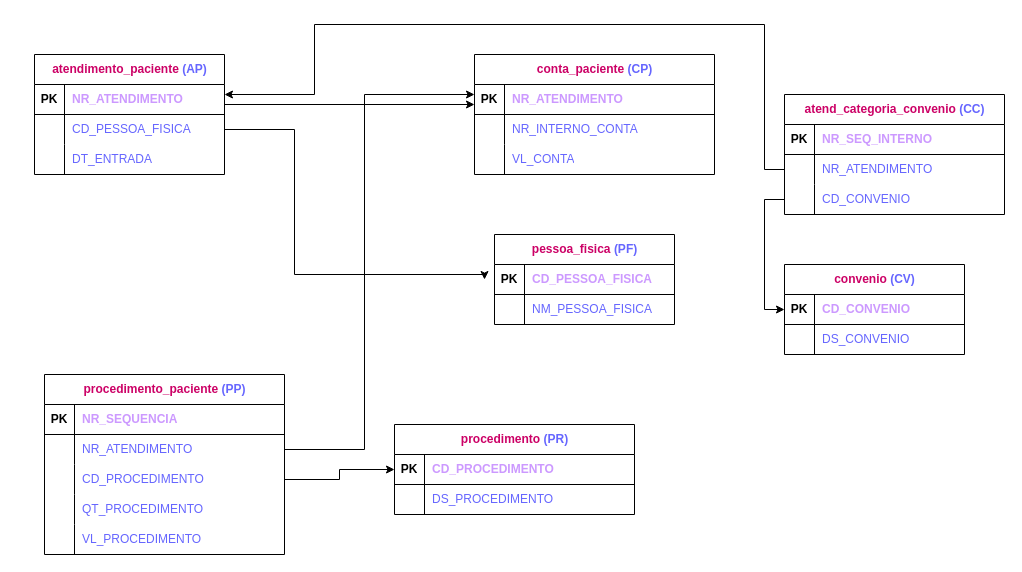
Above: Exercício13.drawio in PatriciaGavloski/diagramas.sql (draw.io), before the change. Source tidied: cells renumbered, new cells numbered last; positions are measured from the earlier drawing's top-left corner, leaving out a move shared by most shapes. Both pictures are drawn from the tidied source at 100%, with x=0, y=0 at pixel (34, 24).
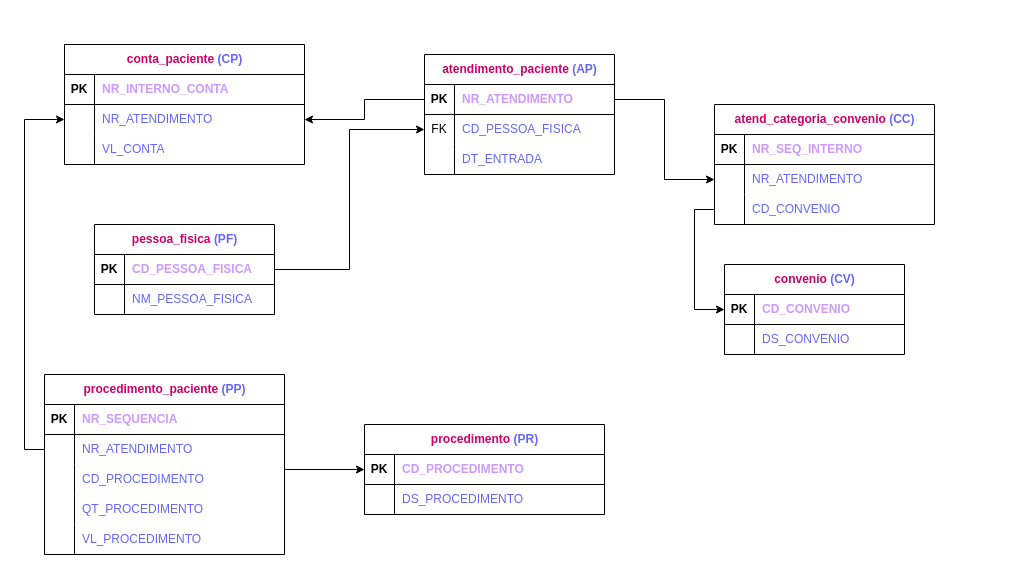
After the change.

Unchanged cells that the change refers to:
```xml
<mxCell id="3" style="shape=tableRow;horizontal=0;startSize=0;swimlaneHead=0;swimlaneBody=0;fillColor=none;points=[[0,0.5],[1,0.5]];portConstraint=eastwest;top=0;left=0;right=0;bottom=1;" parent="2" vertex="1">
  <mxGeometry y="30" width="240" height="30" as="geometry" />
</mxCell>
<mxCell id="6" style="shape=tableRow;horizontal=0;startSize=0;swimlaneHead=0;swimlaneBody=0;fillColor=none;points=[[0,0.5],[1,0.5]];portConstraint=eastwest;top=0;left=0;right=0;bottom=0;" parent="2" vertex="1">
  <mxGeometry y="60" width="240" height="30" as="geometry" />
</mxCell>
<mxCell id="13" style="shape=tableRow;horizontal=0;startSize=0;swimlaneHead=0;swimlaneBody=0;fillColor=none;points=[[0,0.5],[1,0.5]];portConstraint=eastwest;top=0;left=0;right=0;bottom=1;" parent="12" vertex="1">
  <mxGeometry y="30" width="190" height="30" as="geometry" />
</mxCell>
<mxCell id="16" style="shape=tableRow;horizontal=0;startSize=0;swimlaneHead=0;swimlaneBody=0;fillColor=none;points=[[0,0.5],[1,0.5]];portConstraint=eastwest;top=0;left=0;right=0;bottom=0;" parent="12" vertex="1">
  <mxGeometry y="60" width="190" height="30" as="geometry" />
</mxCell>
<mxCell id="23" style="shape=tableRow;horizontal=0;startSize=0;swimlaneHead=0;swimlaneBody=0;fillColor=none;points=[[0,0.5],[1,0.5]];portConstraint=eastwest;top=0;left=0;right=0;bottom=1;" parent="22" vertex="1">
  <mxGeometry y="30" width="180" height="30" as="geometry" />
</mxCell>
<mxCell id="33" style="shape=tableRow;horizontal=0;startSize=0;swimlaneHead=0;swimlaneBody=0;fillColor=none;points=[[0,0.5],[1,0.5]];portConstraint=eastwest;top=0;left=0;right=0;bottom=0;" parent="29" vertex="1">
  <mxGeometry y="60" width="220" height="30" as="geometry" />
</mxCell>
<mxCell id="51" style="shape=tableRow;horizontal=0;startSize=0;swimlaneHead=0;swimlaneBody=0;fillColor=none;points=[[0,0.5],[1,0.5]];portConstraint=eastwest;top=0;left=0;right=0;bottom=1;" parent="50" vertex="1">
  <mxGeometry y="30" width="240" height="30" as="geometry" />
</mxCell>
<mxCell id="61" style="shape=tableRow;horizontal=0;startSize=0;swimlaneHead=0;swimlaneBody=0;fillColor=none;points=[[0,0.5],[1,0.5]];portConstraint=eastwest;top=0;left=0;right=0;bottom=0;" parent="57" vertex="1">
  <mxGeometry y="60" width="240" height="30" as="geometry" />
</mxCell>
<mxCell id="64" style="shape=tableRow;horizontal=0;startSize=0;swimlaneHead=0;swimlaneBody=0;fillColor=none;points=[[0,0.5],[1,0.5]];portConstraint=eastwest;top=0;left=0;right=0;bottom=0;" parent="57" vertex="1">
  <mxGeometry y="90" width="240" height="30" as="geometry" />
</mxCell>
```

What changed in the source:
```diff
@@
     <mxCell id="2" value="&lt;font color=&quot;#cc0066&quot;&gt;conta_paciente&lt;/font&gt;&lt;font color=&quot;#000099&quot;&gt; &lt;/font&gt;&lt;font color=&quot;#6666ff&quot;&gt;(CP)&lt;/font&gt;" style="shape=table;startSize=30;childLayout=tableLayout;rowLines=0;fontStyle=1;align=center;html=1;" parent="1" vertex="1">
-      <mxGeometry x="440" y="30" width="240" height="120" as="geometry" />
+      <mxGeometry x="30" y="20" width="240" height="120" as="geometry" />
     </mxCell>
@@
-    <mxCell id="5" value="&lt;font color=&quot;#cc99ff&quot;&gt;NR_ATENDIMENTO&lt;/font&gt;" style="shape=partialRectangle;fillColor=none;top=0;left=0;bottom=0;right=0;align=left;spacingLeft=6;fontStyle=1;overflow=hidden;whiteSpace=wrap;html=1;" parent="3" vertex="1">
+    <mxCell id="5" value="&lt;font color=&quot;#cc99ff&quot;&gt;NR_INTERNO_CONTA&lt;/font&gt;" style="shape=partialRectangle;fillColor=none;top=0;left=0;bottom=0;right=0;align=left;spacingLeft=6;fontStyle=1;overflow=hidden;whiteSpace=wrap;html=1;" parent="3" vertex="1">
       <mxGeometry x="30" width="210" height="30" as="geometry" />
     </mxCell>
@@
-    <mxCell id="8" value="&lt;font color=&quot;#6666ff&quot;&gt;NR_INTERNO_CONTA&lt;/font&gt;" style="shape=partialRectangle;fillColor=none;top=0;left=0;bottom=0;right=0;align=left;spacingLeft=6;overflow=hidden;whiteSpace=wrap;html=1;" parent="6" vertex="1">
+    <mxCell id="8" value="&lt;font color=&quot;#6666ff&quot;&gt;NR_ATENDIMENTO&lt;/font&gt;" style="shape=partialRectangle;fillColor=none;top=0;left=0;bottom=0;right=0;align=left;spacingLeft=6;overflow=hidden;whiteSpace=wrap;html=1;" parent="6" vertex="1">
       <mxGeometry x="30" width="210" height="30" as="geometry" />
     </mxCell>
@@
     <mxCell id="12" value="&lt;font color=&quot;#cc0066&quot;&gt;atendimento_paciente &lt;/font&gt;&lt;font color=&quot;#6666ff&quot;&gt;(AP)&lt;/font&gt;" style="shape=table;startSize=30;childLayout=tableLayout;rowLines=0;fontStyle=1;align=center;html=1;" parent="1" vertex="1">
-      <mxGeometry y="30" width="190" height="120" as="geometry" />
+      <mxGeometry x="390" y="30" width="190" height="120" as="geometry" />
     </mxCell>
@@
-    <mxCell id="17" style="shape=partialRectangle;fillColor=none;top=0;left=0;bottom=0;right=0;overflow=hidden;whiteSpace=wrap;html=1;" parent="16" vertex="1">
+    <mxCell id="17" value="FK" style="shape=partialRectangle;fillColor=none;top=0;left=0;bottom=0;right=0;overflow=hidden;whiteSpace=wrap;html=1;" parent="16" vertex="1">
       <mxGeometry width="30" height="30" as="geometry" />
     </mxCell>
@@
     <mxCell id="22" value="&lt;font color=&quot;#cc0066&quot;&gt;pessoa_fisica &lt;/font&gt;&lt;font color=&quot;#6666ff&quot;&gt;(PF)&lt;/font&gt;" style="shape=table;startSize=30;childLayout=tableLayout;rowLines=0;fontStyle=1;align=center;html=1;" parent="1" vertex="1">
-      <mxGeometry x="460" y="210" width="180" height="90" as="geometry" />
+      <mxGeometry x="60" y="200" width="180" height="90" as="geometry" />
     </mxCell>
@@
     <mxCell id="29" value="&lt;font color=&quot;#cc0066&quot;&gt;atend_categoria_convenio &lt;/font&gt;&lt;font color=&quot;#6666ff&quot;&gt;(CC)&lt;/font&gt;" style="shape=table;startSize=30;childLayout=tableLayout;rowLines=0;fontStyle=1;align=center;html=1;" parent="1" vertex="1">
-      <mxGeometry x="750" y="70" width="220" height="120" as="geometry" />
+      <mxGeometry x="680" y="80" width="220" height="120" as="geometry" />
     </mxCell>
@@
-    <mxCell id="39" style="edgeStyle=orthogonalEdgeStyle;rounded=0;jettySize=auto;html=1;entryX=0;entryY=0.5;entryDx=0;entryDy=0;exitX=1;exitY=0.5;exitDx=0;exitDy=0;" parent="1" edge="1" source="16">
-      <mxGeometry relative="1" as="geometry">
-        <mxPoint x="450" y="255" as="targetPoint" />
-        <Array as="points">
-          <mxPoint x="260" y="105" />
-          <mxPoint x="260" y="250" />
-          <mxPoint x="450" y="250" />
-        </Array>
-      </mxGeometry>
-    </mxCell>
     <mxCell id="40" value="&lt;font color=&quot;#cc0066&quot;&gt;convenio &lt;/font&gt;&lt;font color=&quot;#6666ff&quot;&gt;(CV)&lt;/font&gt;" style="shape=table;startSize=30;childLayout=tableLayout;rowLines=0;fontStyle=1;align=center;html=1;" parent="1" vertex="1">
-      <mxGeometry x="750" y="240" width="180" height="90" as="geometry" />
+      <mxGeometry x="690" y="240" width="180" height="90" as="geometry" />
     </mxCell>
@@
-    <mxCell id="48" style="edgeStyle=orthogonalEdgeStyle;rounded=0;orthogonalLoop=1;jettySize=auto;html=1;exitX=1;exitY=0.5;exitDx=0;exitDy=0;entryX=0;entryY=0.5;entryDx=0;entryDy=0;" parent="1" edge="1">
-      <mxGeometry relative="1" as="geometry">
-        <mxPoint x="190" y="80" as="sourcePoint" />
-        <mxPoint x="440" y="80" as="targetPoint" />
-      </mxGeometry>
-    </mxCell>
-    <mxCell id="49" style="edgeStyle=orthogonalEdgeStyle;rounded=0;jettySize=auto;html=1;exitX=0;exitY=0.5;exitDx=0;exitDy=0;" parent="1" edge="1" source="33" target="13">
-      <mxGeometry relative="1" as="geometry">
-        <Array as="points">
-          <mxPoint x="730" y="145" />
-          <mxPoint x="730" />
-          <mxPoint x="280" />
-          <mxPoint x="280" y="70" />
-        </Array>
-      </mxGeometry>
-    </mxCell>
     <mxCell id="50" value="&lt;font color=&quot;#cc0066&quot;&gt;procedimento &lt;/font&gt;&lt;font color=&quot;#6666ff&quot;&gt;(PR)&lt;/font&gt;" style="shape=table;startSize=30;childLayout=tableLayout;rowLines=0;fontStyle=1;align=center;html=1;" parent="1" vertex="1">
-      <mxGeometry x="360" y="400" width="240" height="90" as="geometry" />
+      <mxGeometry x="330" y="400" width="240" height="90" as="geometry" />
     </mxCell>
@@
     <mxCell id="73" style="edgeStyle=orthogonalEdgeStyle;rounded=0;jettySize=auto;html=1;exitX=1;exitY=0.5;exitDx=0;exitDy=0;entryX=0;entryY=0.5;entryDx=0;entryDy=0;" parent="1" edge="1" source="64" target="51">
-      <mxGeometry relative="1" as="geometry" />
+      <mxGeometry relative="1" as="geometry">
+        <Array as="points">
+          <mxPoint x="250" y="445" />
+        </Array>
+      </mxGeometry>
     </mxCell>
-    <mxCell id="74" style="edgeStyle=orthogonalEdgeStyle;rounded=0;jettySize=auto;html=1;exitX=1;exitY=0.5;exitDx=0;exitDy=0;" parent="1" edge="1" source="61" target="3">
-      <mxGeometry relative="1" as="geometry">
-        <Array as="points">
-          <mxPoint x="330" y="425" />
-          <mxPoint x="330" y="70" />
-        </Array>
-      </mxGeometry>
-    </mxCell>
+    <mxCell id="75" style="edgeStyle=orthogonalEdgeStyle;rounded=0;jettySize=auto;html=1;exitX=0;exitY=0.5;exitDx=0;exitDy=0;entryX=0;entryY=0.5;entryDx=0;entryDy=0;" parent="1" edge="1" source="61" target="6">
+      <mxGeometry relative="1" as="geometry" />
+    </mxCell>
+    <mxCell id="76" style="edgeStyle=orthogonalEdgeStyle;rounded=0;jettySize=auto;html=1;exitX=0;exitY=0.5;exitDx=0;exitDy=0;entryX=1;entryY=0.5;entryDx=0;entryDy=0;" parent="1" edge="1" source="13" target="6">
+      <mxGeometry relative="1" as="geometry" />
+    </mxCell>
+    <mxCell id="77" style="edgeStyle=orthogonalEdgeStyle;rounded=0;jettySize=auto;html=1;exitX=1;exitY=0.5;exitDx=0;exitDy=0;entryX=0;entryY=0.5;entryDx=0;entryDy=0;" parent="1" edge="1" source="13" target="33">
+      <mxGeometry relative="1" as="geometry" />
+    </mxCell>
+    <mxCell id="78" style="edgeStyle=orthogonalEdgeStyle;rounded=0;jettySize=auto;html=1;exitX=1;exitY=0.5;exitDx=0;exitDy=0;entryX=0;entryY=0.5;entryDx=0;entryDy=0;" parent="1" edge="1" source="23" target="16">
+      <mxGeometry relative="1" as="geometry" />
+    </mxCell>
```
